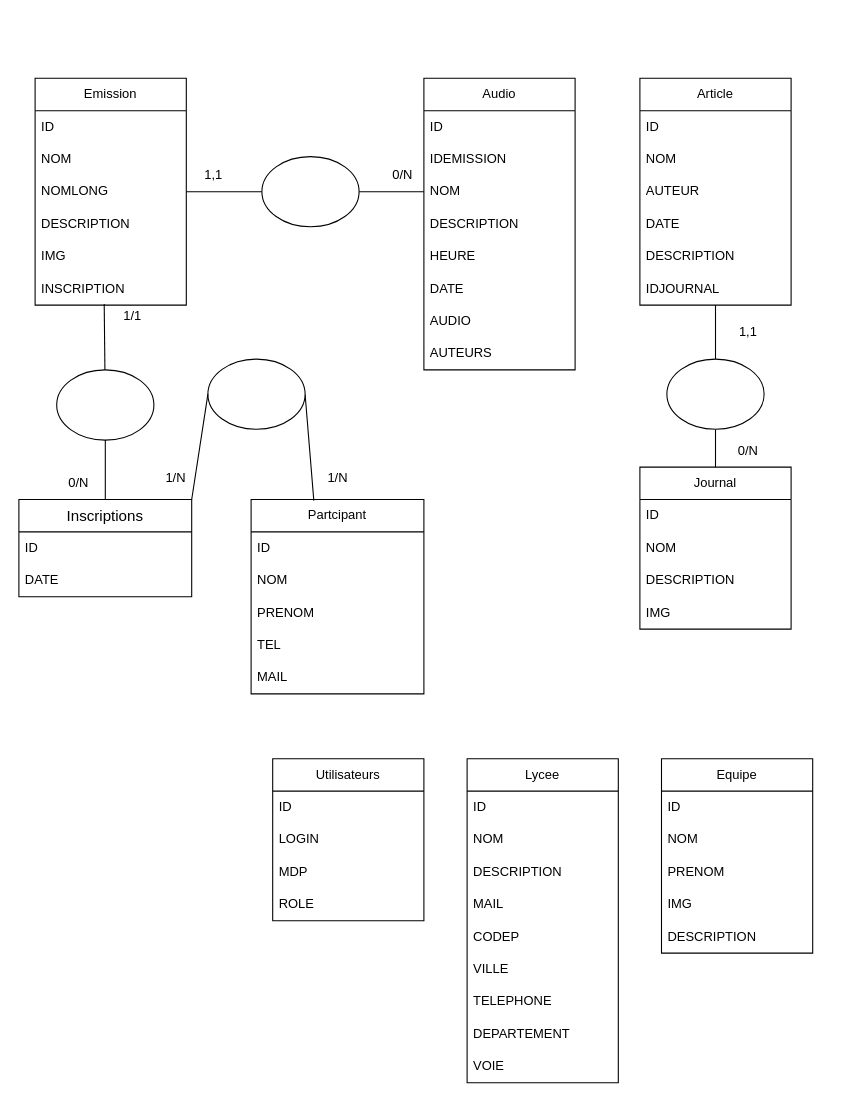
Before: doc/MCD.drawio in ben7821/WebRadio, a draw.io diagram. Source tidied: cells renumbered, new cells numbered last; positions are measured from the earlier drawing's top-left corner, leaving out a move shared by most shapes. Both pictures are drawn from the tidied source at 108%, with x=0, y=0 at pixel (18, 78).
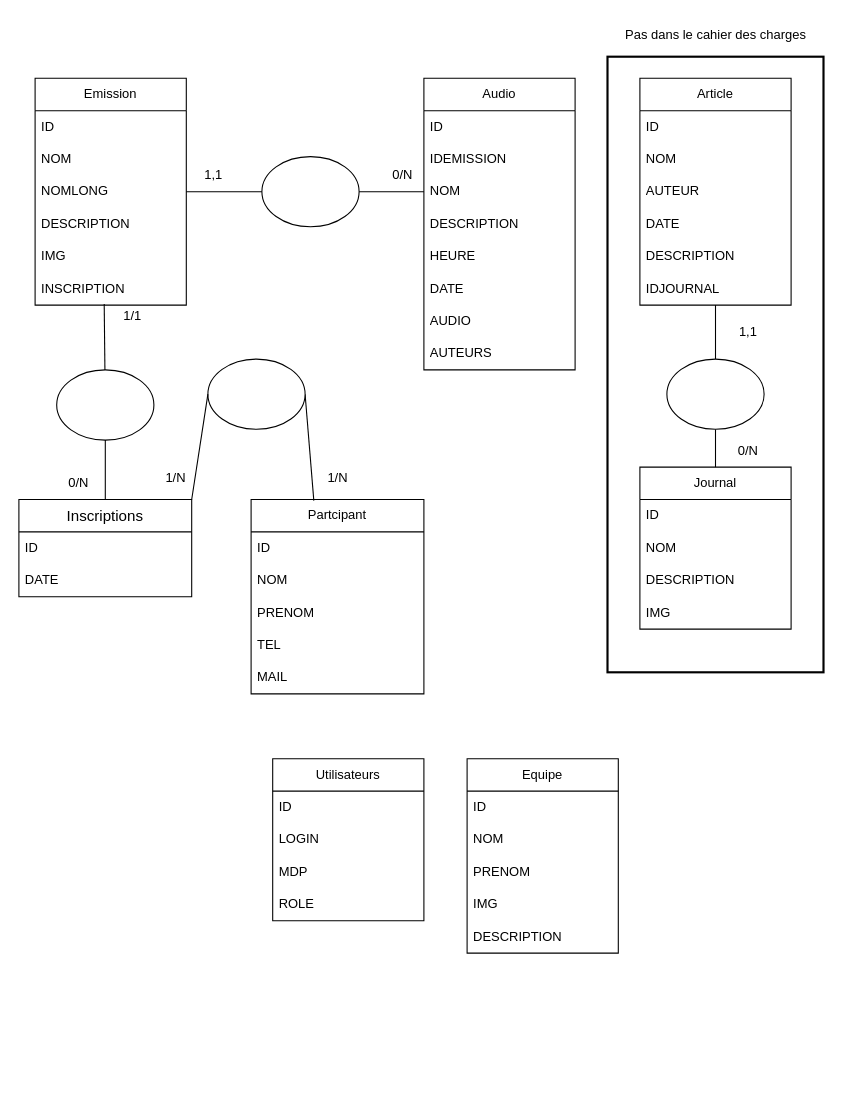
After the change.

What changed in the source:
```diff
@@
     <mxCell id="40" value="Equipe" style="swimlane;fontStyle=0;horizontal=1;startSize=30;whiteSpace=wrap;html=1;" parent="1" vertex="1">
-      <mxGeometry x="595" y="630" width="140" height="180" as="geometry" />
+      <mxGeometry x="415" y="630" width="140" height="180" as="geometry" />
     </mxCell>
@@
-    <mxCell id="46" value="Lycee" style="swimlane;fontStyle=0;horizontal=1;startSize=30;whiteSpace=wrap;html=1;" parent="1" vertex="1">
-      <mxGeometry x="415" y="630" width="140" height="300" as="geometry" />
-    </mxCell>
-    <mxCell id="47" value="ID" style="text;strokeColor=none;fillColor=none;align=left;verticalAlign=middle;spacingLeft=4;spacingRight=4;overflow=hidden;whiteSpace=wrap;html=1;" parent="46" vertex="1">
-      <mxGeometry y="30" width="140" height="30" as="geometry" />
-    </mxCell>
-    <mxCell id="48" value="NOM" style="text;strokeColor=none;fillColor=none;align=left;verticalAlign=middle;spacingLeft=4;spacingRight=4;overflow=hidden;whiteSpace=wrap;html=1;" parent="46" vertex="1">
-      <mxGeometry y="60" width="140" height="30" as="geometry" />
-    </mxCell>
-    <mxCell id="49" value="DESCRIPTION" style="text;strokeColor=none;fillColor=none;align=left;verticalAlign=middle;spacingLeft=4;spacingRight=4;overflow=hidden;whiteSpace=wrap;html=1;" parent="46" vertex="1">
-      <mxGeometry y="90" width="140" height="30" as="geometry" />
-    </mxCell>
-    <mxCell id="50" value="MAIL" style="text;strokeColor=none;fillColor=none;align=left;verticalAlign=middle;spacingLeft=4;spacingRight=4;overflow=hidden;whiteSpace=wrap;html=1;" parent="46" vertex="1">
-      <mxGeometry y="120" width="140" height="30" as="geometry" />
-    </mxCell>
-    <mxCell id="51" value="CODEP" style="text;strokeColor=none;fillColor=none;align=left;verticalAlign=middle;spacingLeft=4;spacingRight=4;overflow=hidden;whiteSpace=wrap;html=1;" parent="46" vertex="1">
-      <mxGeometry y="150" width="140" height="30" as="geometry" />
-    </mxCell>
-    <mxCell id="52" value="VILLE" style="text;strokeColor=none;fillColor=none;align=left;verticalAlign=middle;spacingLeft=4;spacingRight=4;overflow=hidden;whiteSpace=wrap;html=1;" parent="46" vertex="1">
-      <mxGeometry y="180" width="140" height="30" as="geometry" />
-    </mxCell>
-    <mxCell id="53" value="TELEPHONE" style="text;strokeColor=none;fillColor=none;align=left;verticalAlign=middle;spacingLeft=4;spacingRight=4;overflow=hidden;whiteSpace=wrap;html=1;" parent="46" vertex="1">
-      <mxGeometry y="210" width="140" height="30" as="geometry" />
-    </mxCell>
-    <mxCell id="54" value="DEPARTEMENT" style="text;strokeColor=none;fillColor=none;align=left;verticalAlign=middle;spacingLeft=4;spacingRight=4;overflow=hidden;whiteSpace=wrap;html=1;" parent="46" vertex="1">
-      <mxGeometry y="240" width="140" height="30" as="geometry" />
-    </mxCell>
-    <mxCell id="55" value="VOIE" style="text;strokeColor=none;fillColor=none;align=left;verticalAlign=middle;spacingLeft=4;spacingRight=4;overflow=hidden;whiteSpace=wrap;html=1;" parent="46" vertex="1">
-      <mxGeometry y="270" width="140" height="30" as="geometry" />
-    </mxCell>
@@
+    <mxCell id="80" style="rounded=0;whiteSpace=wrap;html=1;fillColor=none;strokeWidth=2;" parent="1" vertex="1">
+      <mxGeometry x="545" y="-20" width="200" height="570" as="geometry" />
+    </mxCell>
+    <mxCell id="81" value="Pas dans le cahier des charges" style="text;html=1;align=center;verticalAlign=middle;" parent="1" vertex="1">
+      <mxGeometry x="550" y="-55" width="190" height="30" as="geometry" />
+    </mxCell>
```
